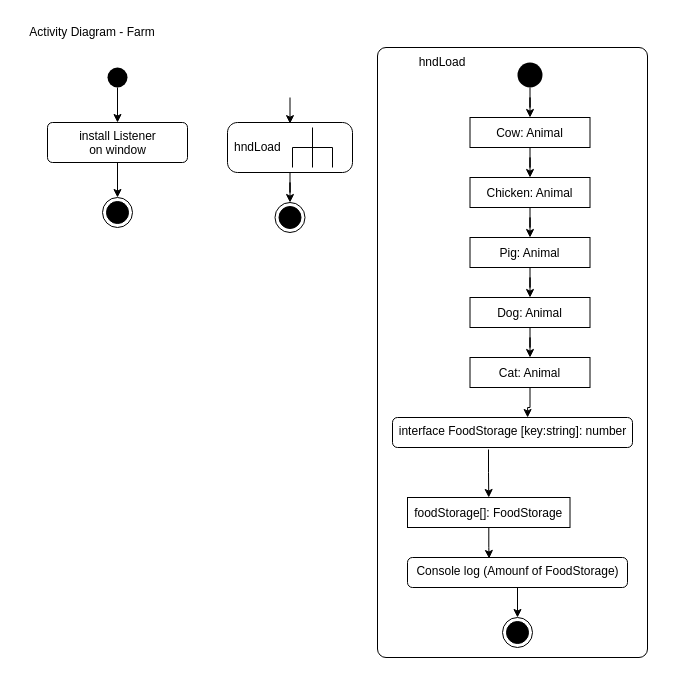
Above: L09_Classes/Farm/Konzept/Activity Diagram_Farm.drawio in DieErdnuss/EIA_2 (draw.io), before the change. Source tidied: cells renumbered, new cells numbered last; positions are measured from the earlier drawing's top-left corner, leaving out a move shared by most shapes. Both pictures are drawn from the tidied source at 100%, with x=0, y=0 at pixel (17, 17).
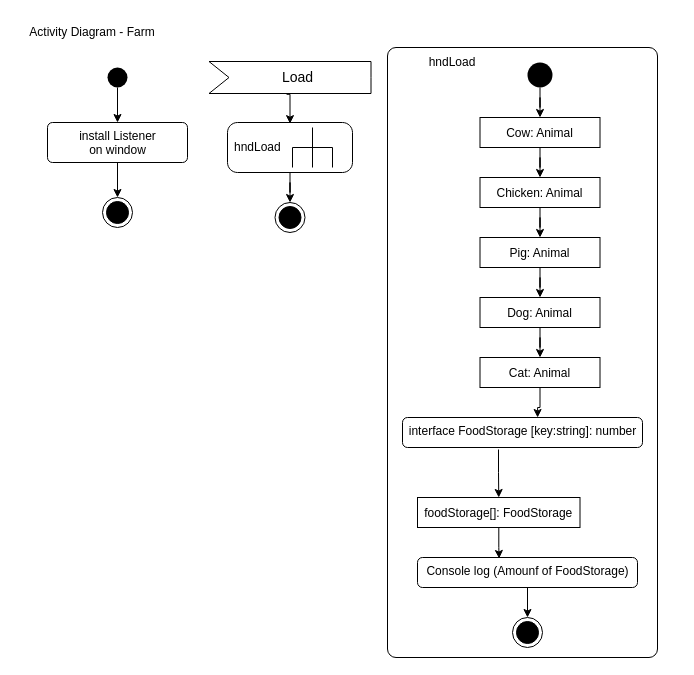
The same diagram, later.

The change refers to these unchanged cells:
```xml
<mxCell id="4" value="hndLoad" style="shape=mxgraph.uml25.behaviorAction;html=1;rounded=1;absoluteArcSize=1;arcSize=10;align=left;spacingLeft=5;fontSize=12;" parent="1" vertex="1">
  <mxGeometry x="210" y="105" width="125" height="50" as="geometry" />
</mxCell>
```

Diff of the diagram source:
```diff
@@
-    <mxCell id="8" style="edgeStyle=orthogonalEdgeStyle;rounded=0;jettySize=auto;html=1;entryX=0.5;entryY=0.023;entryDx=0;entryDy=0;entryPerimeter=0;fontSize=12;" parent="1" edge="1" target="4">
-      <mxGeometry relative="1" as="geometry">
-        <mxPoint x="272.5" y="80" as="sourcePoint" />
-      </mxGeometry>
+    <mxCell id="8" style="edgeStyle=orthogonalEdgeStyle;rounded=0;jettySize=auto;html=1;entryX=0.5;entryY=0.023;entryDx=0;entryDy=0;entryPerimeter=0;fontSize=12;exitX=0.479;exitY=1.026;exitDx=0;exitDy=0;exitPerimeter=0;" parent="1" edge="1" source="35" target="4">
+      <mxGeometry relative="1" as="geometry" />
     </mxCell>
@@
     <mxCell id="12" style="group;" parent="1" vertex="1">
-      <mxGeometry x="360" y="30" width="290" height="610" as="geometry" />
+      <mxGeometry x="370" y="30" width="290" height="610" as="geometry" />
     </mxCell>
@@
+    <mxCell id="35" value="Load" style="html=1;shape=mxgraph.infographic.ribbonSimple;notch1=20;notch2=0;align=center;verticalAlign=middle;fontSize=14;fontStyle=0;fillColor=#FFFFFF;flipH=0;spacingRight=0;spacingLeft=14;" parent="1" vertex="1">
+      <mxGeometry x="191.5" y="44" width="162" height="32" as="geometry" />
+    </mxCell>
```
